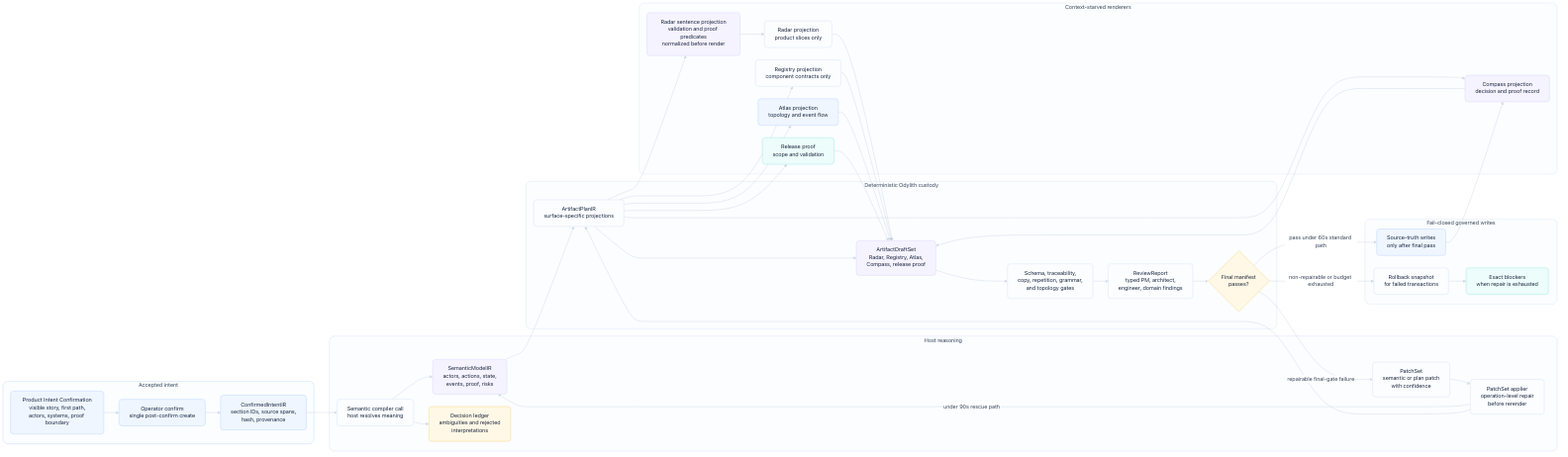
Before: odylith/atlas/source/domain-intelligence-greenfield-governance.png, a diagram exported from Mermaid (odylith/odylith). Its source is kept beside it as odylith/atlas/source/domain-intelligence-greenfield-governance.mmd.
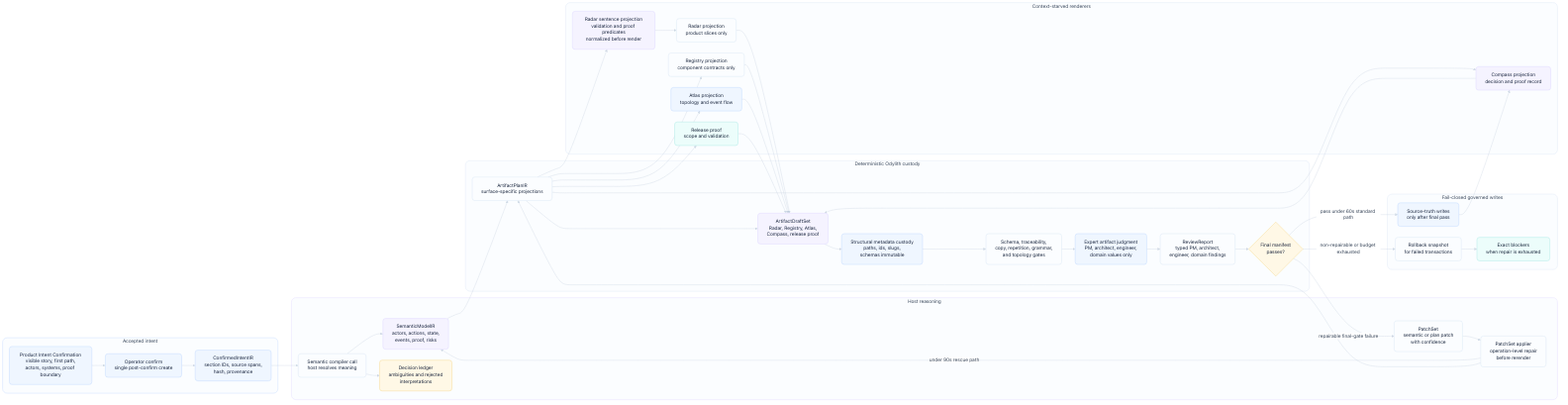
Above is the later version.

Diff of the diagram source:
```diff
@@ -19,7 +19,9 @@
       direction TB
       plan_ir["ArtifactPlanIR<br/>surface-specific projections"]
       draft_set["ArtifactDraftSet<br/>Radar, Registry, Atlas,<br/>Compass, release proof"]
+      structural_guard["Structural metadata custody<br/>paths, ids, slugs,<br/>schemas immutable"]
       validators["Schema, traceability,<br/>copy, repetition, grammar,<br/>and topology gates"]
+      expert_judgment["Expert artifact judgment<br/>PM, architect, engineer,<br/>domain values only"]
       review_report["ReviewReport<br/>typed PM, architect,<br/>engineer, domain findings"]
       transaction{"Final manifest<br/>passes?"}
     end
@@ -55,7 +57,7 @@
     atlas --> draft_set
     compass --> draft_set
     release --> draft_set
-    draft_set --> validators --> review_report --> transaction
+    draft_set --> structural_guard --> validators --> expert_judgment --> review_report --> transaction
     transaction -- "pass under 60s standard path" --> writes
     transaction -- "repairable final-gate failure" --> patchset
     patchset --> patch_apply
@@ -71,7 +73,7 @@
     classDef write fill:#FDF2F8,stroke:#F9A8D4,color:#17233A,stroke-width:1.2px;
     class visible_intent,confirm,confirmed_ir intent;
     class semantic_compile,semantic_ir,decision_ledger,patchset,patch_apply reasoning;
-    class plan_ir,draft_set,validators,review_report,transaction custody;
+    class plan_ir,draft_set,structural_guard,validators,expert_judgment,review_report,transaction custody;
     class radar_sentence,radar,registry,atlas,compass,release projection;
     class writes,rollback,blockers write;
 
```
